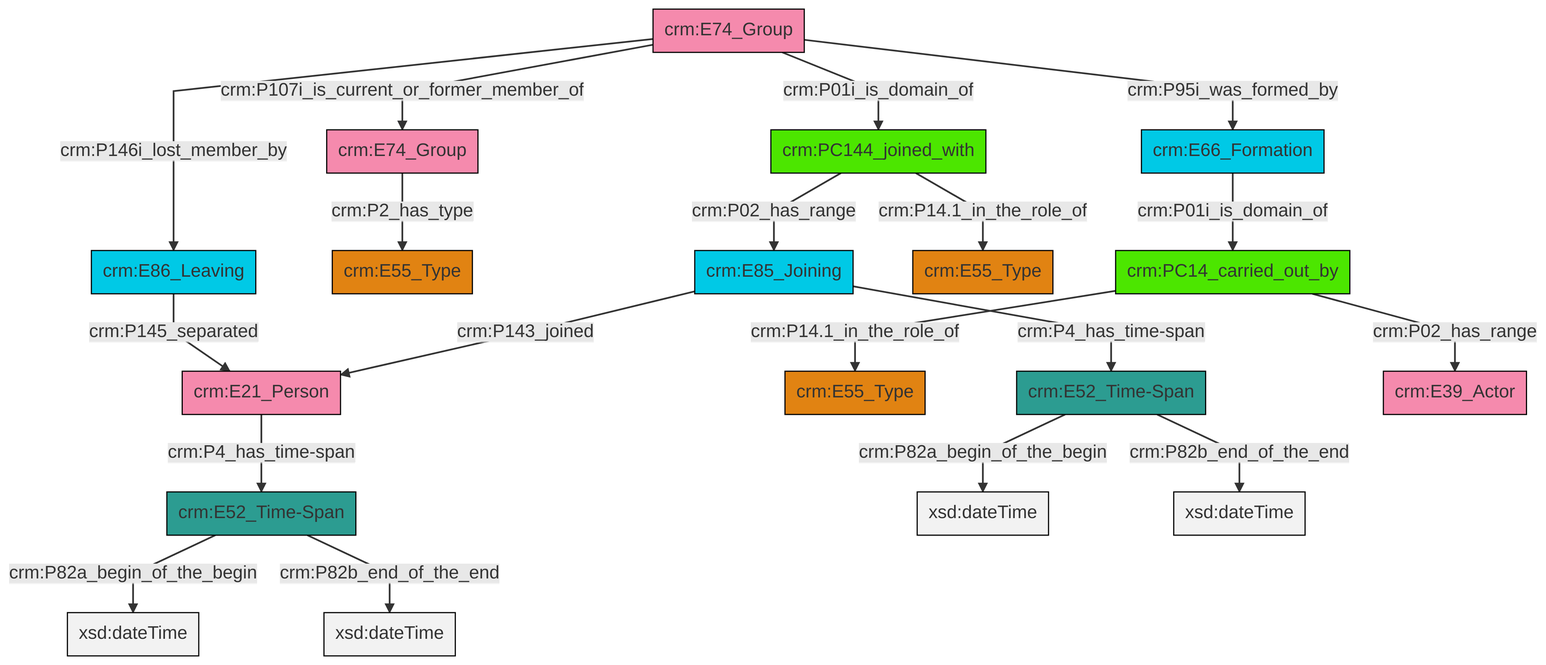
Before: et/groupCSV/ttl/mmd/png/group_actor_relations.png, a diagram exported from Mermaid (swiss-art-research-net/reference-data-models). Its source is kept beside it as et/groupCSV/ttl/mmd/group_actor_relations.ttl.mmd.
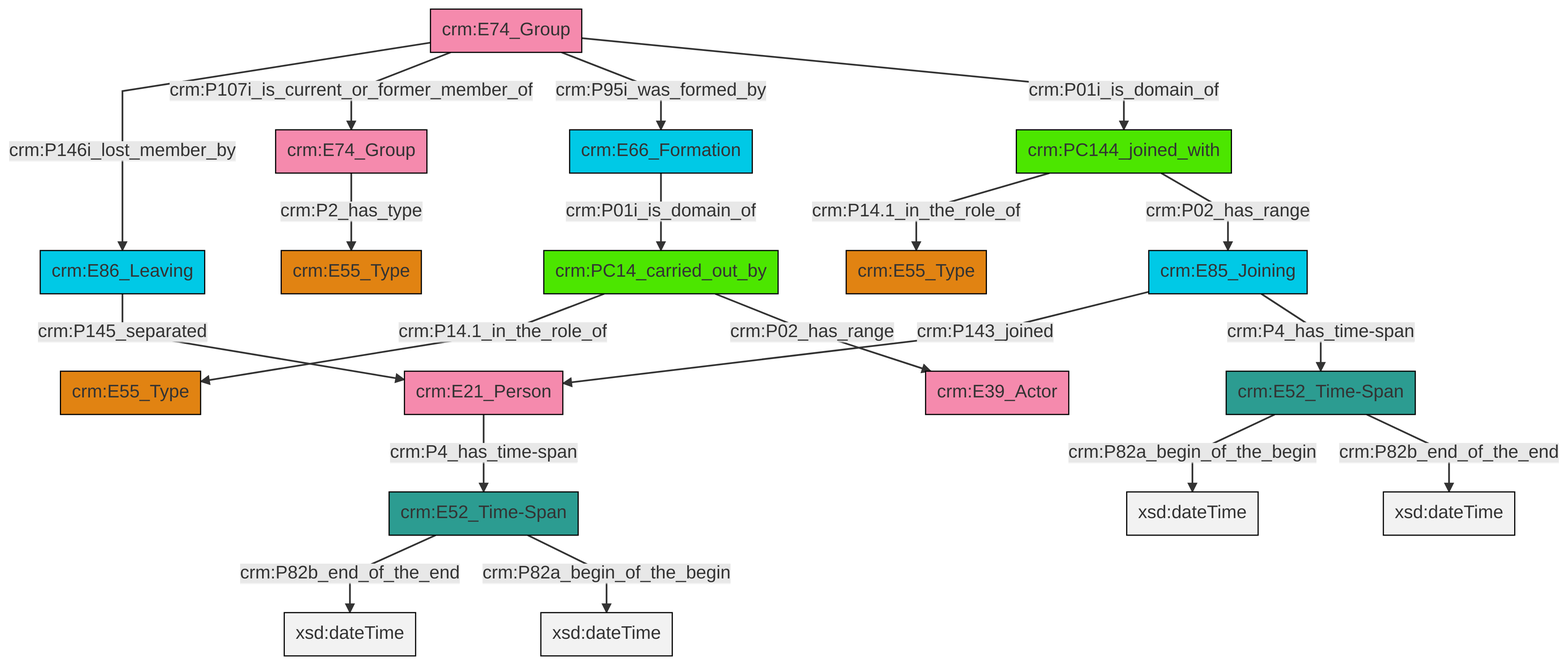
The same diagram one commit later.

Change to the diagram source:
```diff
@@ -13,21 +13,21 @@
 classDef PC_Classes fill:#4ce600, stroke:#000000;
 classDef Multi fill:#cccccc,stroke:#000000;
 
-0["crm:E74_Group"]:::Actor -->|crm:P01i_is_domain_of| 1["crm:PC144_joined_with"]:::PC_Classes
-0["crm:E74_Group"]:::Actor -->|crm:P107i_is_current_or_former_member_of| 2["crm:E74_Group"]:::Actor
-3["crm:E52_Time-Span"]:::Time-Span -->|crm:P82a_begin_of_the_begin| 5[xsd:dateTime]:::Literal
-6["crm:E52_Time-Span"]:::Time-Span -->|crm:P82a_begin_of_the_begin| 7[xsd:dateTime]:::Literal
-10["crm:PC14_carried_out_by"]:::PC_Classes -->|crm:P14.1_in_the_role_of| 8["crm:E55_Type"]:::Type
-13["crm:E21_Person"]:::Actor -->|crm:P4_has_time-span| 3["crm:E52_Time-Span"]:::Time-Span
-14["crm:E85_Joining"]:::Temporal_Entity -->|crm:P4_has_time-span| 6["crm:E52_Time-Span"]:::Time-Span
-1["crm:PC144_joined_with"]:::PC_Classes -->|crm:P02_has_range| 14["crm:E85_Joining"]:::Temporal_Entity
-3["crm:E52_Time-Span"]:::Time-Span -->|crm:P82b_end_of_the_end| 19[xsd:dateTime]:::Literal
-10["crm:PC14_carried_out_by"]:::PC_Classes -->|crm:P02_has_range| 20["crm:E39_Actor"]:::Actor
-0["crm:E74_Group"]:::Actor -->|crm:P95i_was_formed_by| 21["crm:E66_Formation"]:::Temporal_Entity
-2["crm:E74_Group"]:::Actor -->|crm:P2_has_type| 11["crm:E55_Type"]:::Type
-23["crm:E86_Leaving"]:::Temporal_Entity -->|crm:P145_separated| 13["crm:E21_Person"]:::Actor
-14["crm:E85_Joining"]:::Temporal_Entity -->|crm:P143_joined| 13["crm:E21_Person"]:::Actor
-1["crm:PC144_joined_with"]:::PC_Classes -->|crm:P14.1_in_the_role_of| 16["crm:E55_Type"]:::Type
-21["crm:E66_Formation"]:::Temporal_Entity -->|crm:P01i_is_domain_of| 10["crm:PC14_carried_out_by"]:::PC_Classes
-0["crm:E74_Group"]:::Actor -->|crm:P146i_lost_member_by| 23["crm:E86_Leaving"]:::Temporal_Entity
-6["crm:E52_Time-Span"]:::Time-Span -->|crm:P82b_end_of_the_end| 32[xsd:dateTime]:::Literal
+0["crm:E74_Group"]:::Actor -->|crm:P146i_lost_member_by| 1["crm:E86_Leaving"]:::Temporal_Entity
+2["crm:E85_Joining"]:::Temporal_Entity -->|crm:P143_joined| 3["crm:E21_Person"]:::Actor
+4["crm:E52_Time-Span"]:::Time-Span -->|crm:P82b_end_of_the_end| 9[xsd:dateTime]:::Literal
+10["crm:PC14_carried_out_by"]:::PC_Classes -->|crm:P14.1_in_the_role_of| 11["crm:E55_Type"]:::Type
+0["crm:E74_Group"]:::Actor -->|crm:P107i_is_current_or_former_member_of| 12["crm:E74_Group"]:::Actor
+18["crm:E52_Time-Span"]:::Time-Span -->|crm:P82a_begin_of_the_begin| 19[xsd:dateTime]:::Literal
+2["crm:E85_Joining"]:::Temporal_Entity -->|crm:P4_has_time-span| 18["crm:E52_Time-Span"]:::Time-Span
+20["crm:E66_Formation"]:::Temporal_Entity -->|crm:P01i_is_domain_of| 10["crm:PC14_carried_out_by"]:::PC_Classes
+0["crm:E74_Group"]:::Actor -->|crm:P95i_was_formed_by| 20["crm:E66_Formation"]:::Temporal_Entity
+22["crm:PC144_joined_with"]:::PC_Classes -->|crm:P14.1_in_the_role_of| 16["crm:E55_Type"]:::Type
+0["crm:E74_Group"]:::Actor -->|crm:P01i_is_domain_of| 22["crm:PC144_joined_with"]:::PC_Classes
+4["crm:E52_Time-Span"]:::Time-Span -->|crm:P82a_begin_of_the_begin| 26[xsd:dateTime]:::Literal
+22["crm:PC144_joined_with"]:::PC_Classes -->|crm:P02_has_range| 2["crm:E85_Joining"]:::Temporal_Entity
+3["crm:E21_Person"]:::Actor -->|crm:P4_has_time-span| 4["crm:E52_Time-Span"]:::Time-Span
+18["crm:E52_Time-Span"]:::Time-Span -->|crm:P82b_end_of_the_end| 31[xsd:dateTime]:::Literal
+10["crm:PC14_carried_out_by"]:::PC_Classes -->|crm:P02_has_range| 14["crm:E39_Actor"]:::Actor
+1["crm:E86_Leaving"]:::Temporal_Entity -->|crm:P145_separated| 3["crm:E21_Person"]:::Actor
+12["crm:E74_Group"]:::Actor -->|crm:P2_has_type| 7["crm:E55_Type"]:::Type
```
